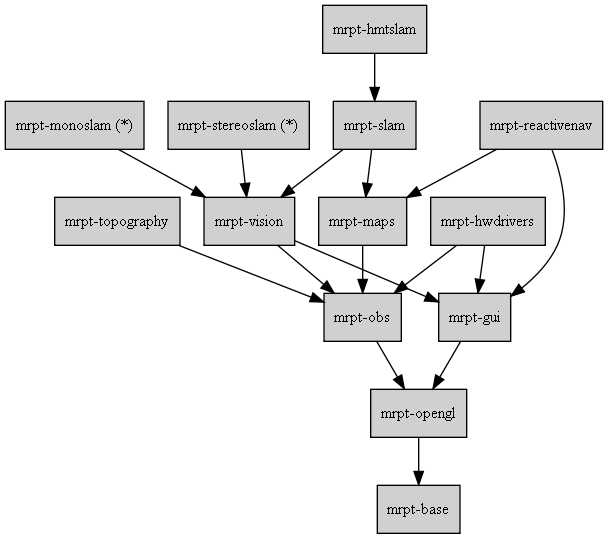
The Graphviz diagram doc/design_of_images/graph_mrpt_libs.png in MRPT/mrpt, before a commit. Its source is kept beside it as doc/design_of_images/graph_mrpt_libs.dot.
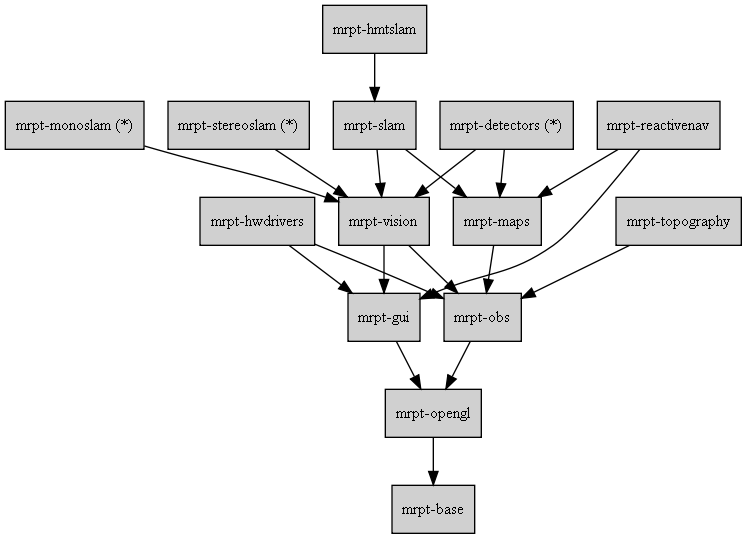
After the change.

Change to the diagram source:
```diff
@@ -17,6 +17,8 @@
 	reactivenav	[label="mrpt-reactivenav",URL="mrpt-reactivenav.html"];
 	monoslam	[label="mrpt-monoslam (*)",URL="mrpt-monoslam.html"];
 	stereoslam	[label="mrpt-stereoslam (*)",URL="mrpt-stereoslam.html"];
+
+	detectors	[label="mrpt-detectors (*)",URL="mrpt-detectors.html"];
 
 
 	opengl -> base;
@@ -38,6 +40,9 @@
 	slam -> maps;
 	slam -> vision;
 
+	detectors -> vision;
+	detectors -> maps;
+
 	hmtslam -> slam;
 
 	monoslam -> vision;
```
